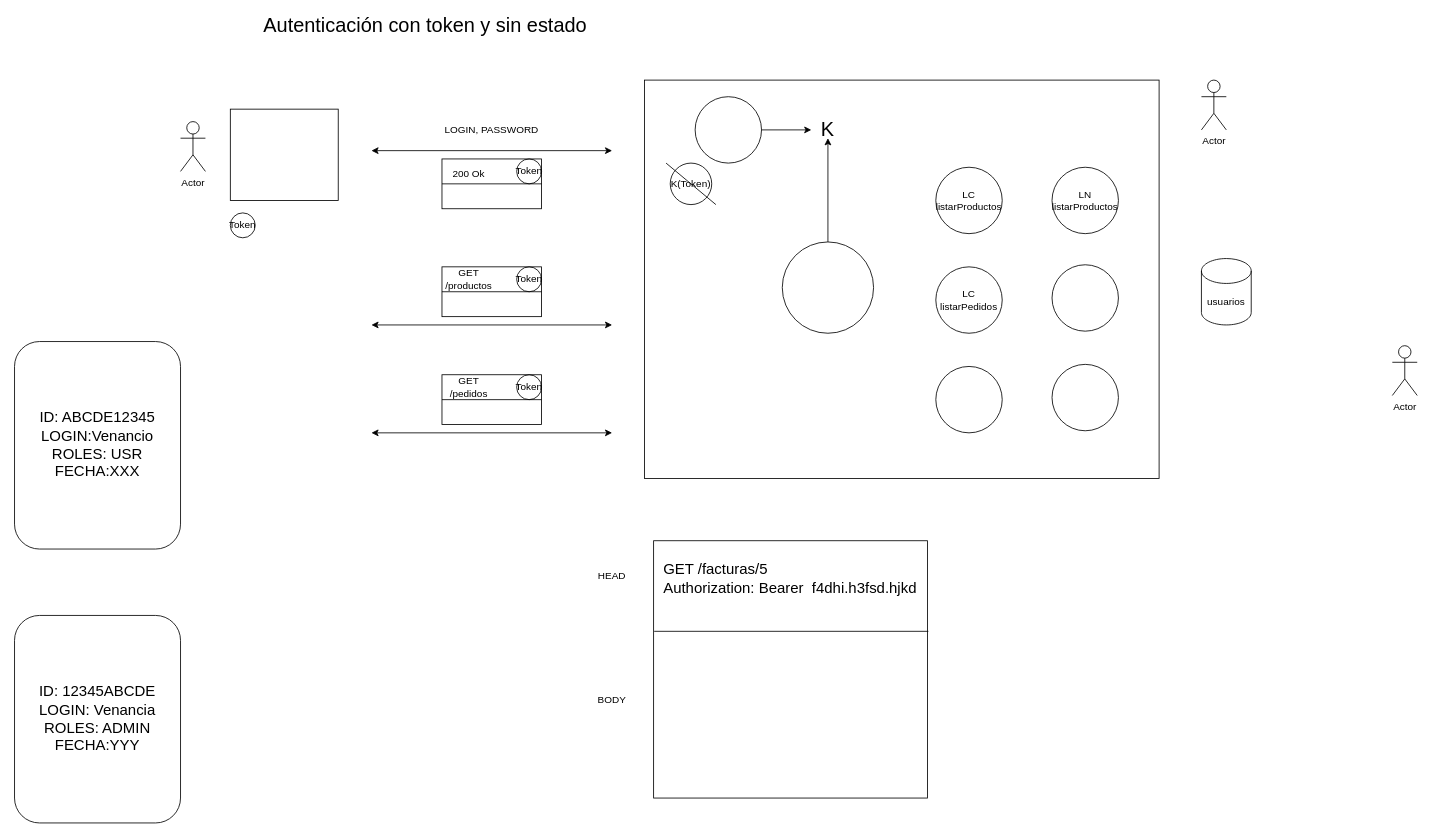
Earlier version of the draw.io diagram page "Página-45" (44 of 45) of diagramas.drawio (almoril00/MEAN). Source tidied: cells renumbered, new cells numbered last; positions are measured from the earlier drawing's top-left corner, leaving out a move shared by most shapes. Both pictures are drawn from the tidied source at 83%, with x=0, y=0 at pixel (14, 17).
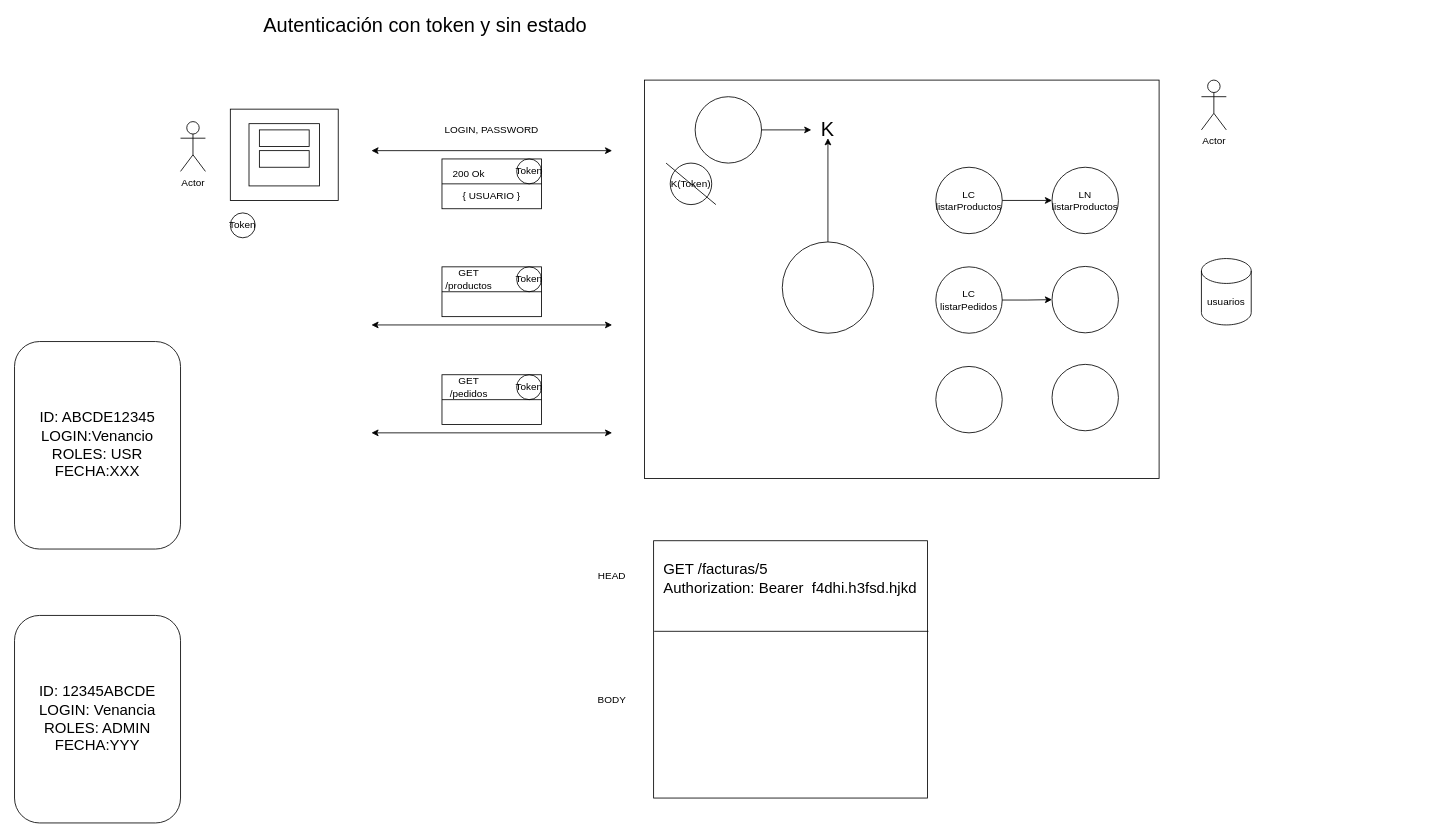
The same page after the edit.

The change refers to these unchanged cells:
```xml
<mxCell id="25" value="LC&lt;br&gt;listarProductos" style="ellipse;whiteSpace=wrap;html=1;fillColor=none;" parent="1" vertex="1">
  <mxGeometry x="1110" y="180" width="80" height="80" as="geometry" />
</mxCell>
<mxCell id="26" value="LC&lt;br&gt;listarPedidos" style="ellipse;whiteSpace=wrap;html=1;fillColor=none;" parent="1" vertex="1">
  <mxGeometry x="1110" y="300" width="80" height="80" as="geometry" />
</mxCell>
<mxCell id="28" value="LN&lt;br&gt;listarProductos" style="ellipse;whiteSpace=wrap;html=1;fillColor=none;" parent="1" vertex="1">
  <mxGeometry x="1250" y="180" width="80" height="80" as="geometry" />
</mxCell>
```

Change to the diagram source:
```diff
@@
-    <mxCell id="10" style="rounded=0;whiteSpace=wrap;html=1;fillColor=none;" parent="1" vertex="1">
+    <mxCell id="10" value="&lt;br&gt;&lt;br&gt;{ USUARIO }" style="rounded=0;whiteSpace=wrap;html=1;fillColor=none;" parent="1" vertex="1">
       <mxGeometry x="515" y="170" width="120" height="60" as="geometry" />
     </mxCell>
@@
+    <mxCell id="47" style="edgeStyle=orthogonalEdgeStyle;rounded=0;jettySize=auto;html=1;exitX=1;exitY=0.5;exitDx=0;exitDy=0;" parent="1" edge="1" source="25" target="28">
+      <mxGeometry relative="1" as="geometry" />
+    </mxCell>
@@
+    <mxCell id="48" style="edgeStyle=orthogonalEdgeStyle;rounded=0;jettySize=auto;html=1;exitX=1;exitY=0.5;exitDx=0;exitDy=0;" parent="1" edge="1" source="26" target="29">
+      <mxGeometry relative="1" as="geometry" />
+    </mxCell>
@@
     <mxCell id="29" style="ellipse;whiteSpace=wrap;html=1;fillColor=none;" parent="1" vertex="1">
-      <mxGeometry x="1250" y="297.5" width="80" height="80" as="geometry" />
+      <mxGeometry x="1250" y="299.5" width="80" height="80" as="geometry" />
     </mxCell>
@@
-    <mxCell id="39" value="Actor" style="shape=umlActor;verticalLabelPosition=bottom;verticalAlign=top;html=1;fillColor=none;" parent="1" vertex="1">
-      <mxGeometry x="1660" y="395" width="30" height="60" as="geometry" />
-    </mxCell>
@@
+    <mxCell id="49" style="rounded=0;whiteSpace=wrap;html=1;fillColor=none;" parent="1" vertex="1">
+      <mxGeometry x="282.5" y="127.5" width="85" height="75" as="geometry" />
+    </mxCell>
+    <mxCell id="50" style="rounded=0;whiteSpace=wrap;html=1;fillColor=none;" parent="1" vertex="1">
+      <mxGeometry x="295" y="135" width="60" height="20" as="geometry" />
+    </mxCell>
+    <mxCell id="51" style="rounded=0;whiteSpace=wrap;html=1;fillColor=none;" parent="1" vertex="1">
+      <mxGeometry x="295" y="160" width="60" height="20" as="geometry" />
+    </mxCell>
```
